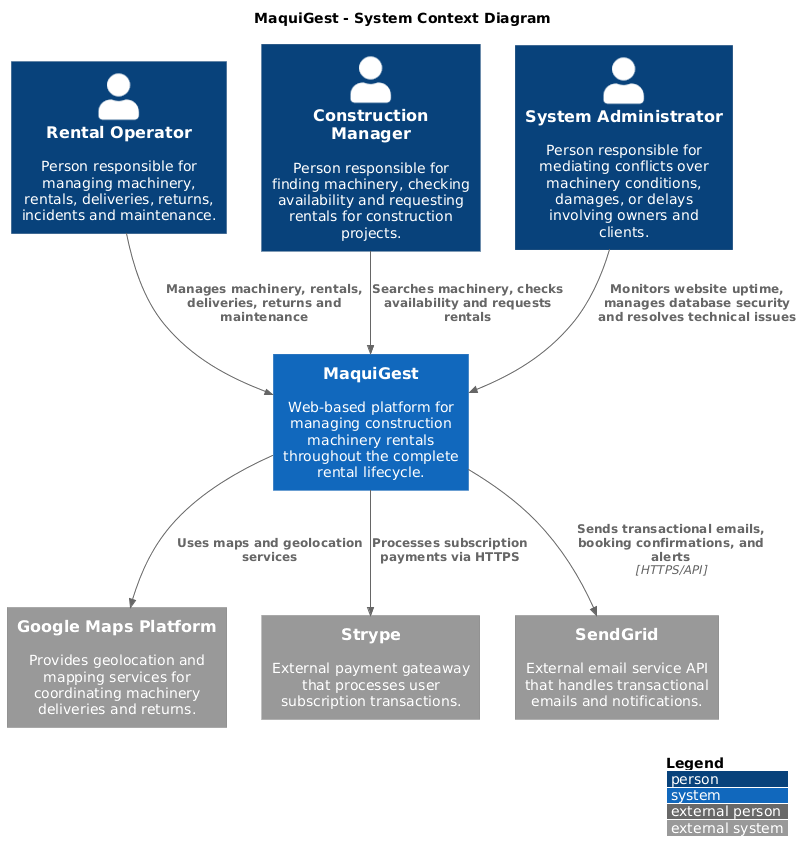
Above: assets/md-images-chapter4/context-diagram.png in upc-pre-202620-1asi0729-7750-cleancode/maquigest-report (PlantUML), before the change.
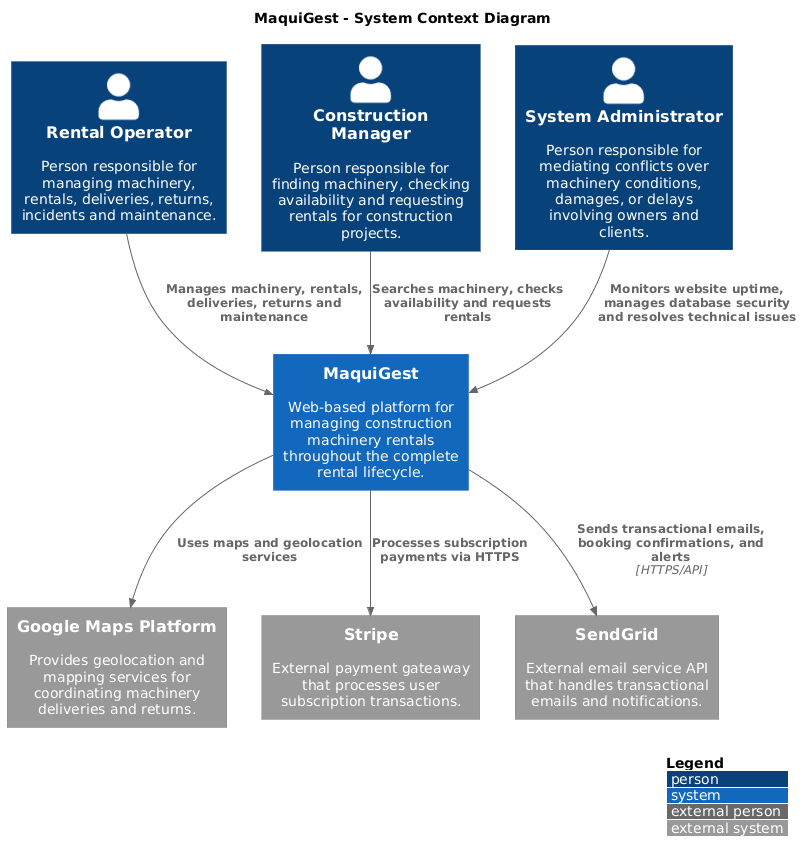
The same file after the commit.

Commit message:
docs(component-diagram): add detailed rentals bounded context.

The edit, as a diff of the source:
```diff
@@ -12,7 +12,7 @@
 System(maquiGest, "MaquiGest", "Web-based platform for managing construction machinery rentals throughout the complete rental lifecycle.")
 
 System_Ext(googleMaps, "Google Maps Platform", "Provides geolocation and mapping services for coordinating machinery deliveries and returns.")
-System_Ext(stripe, "Strype", "External payment gateaway that processes user subscription transactions.")
+System_Ext(stripe, "Stripe", "External payment gateaway that processes user subscription transactions.")
 System_Ext(sendGrid, "SendGrid", "External email service API that handles transactional emails and notifications.")
 
 Rel(rentalOperator, maquiGest, "Manages machinery, rentals, deliveries, returns and maintenance")
```
